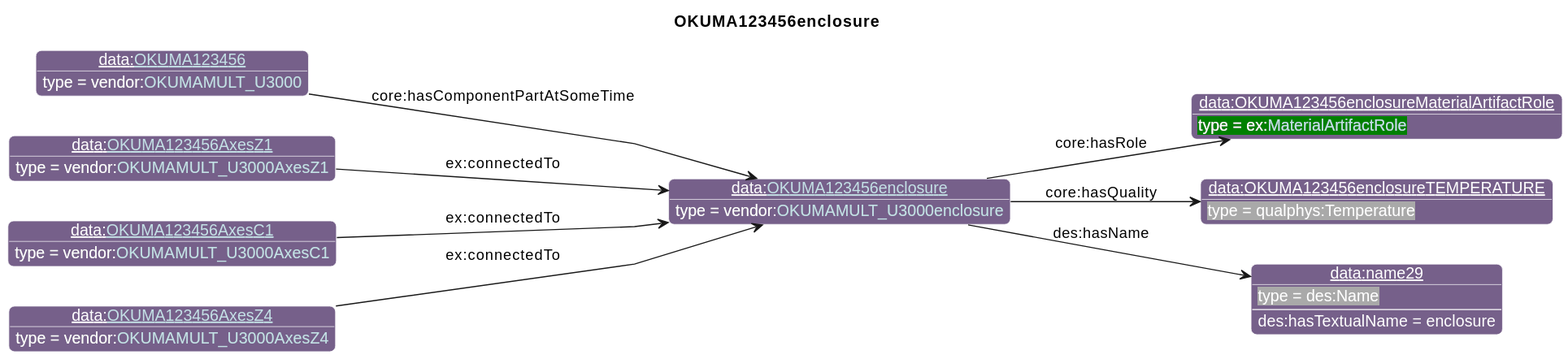
Before: diagrams/OKUMA123456enclosure.svg, a diagram exported from PlantUML (iofoundry/example-syseng-mtconnect).
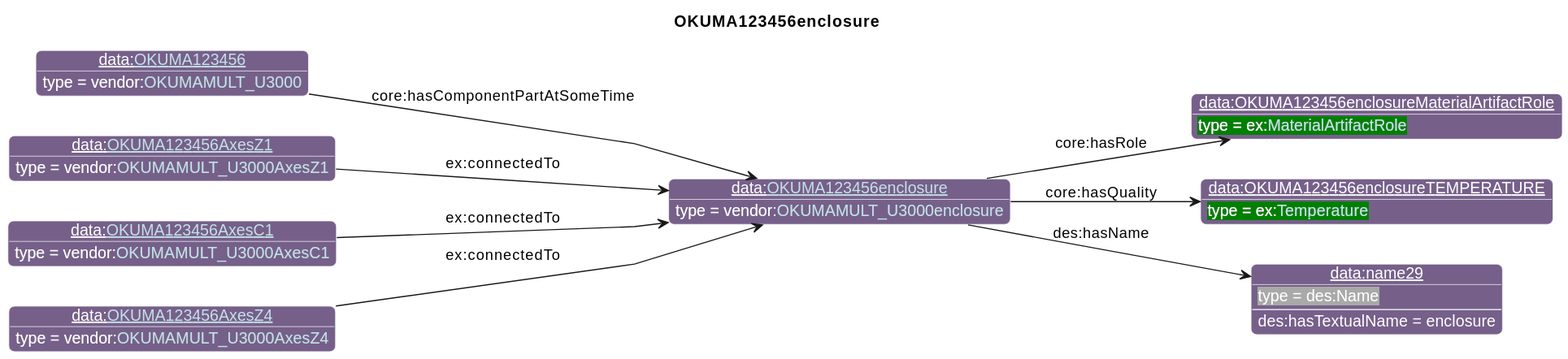
After the commit.

What changed in the source:
```diff
@@ -27,7 +27,7 @@
       }
 individual(o0, data:[[./OKUMA123456enclosure.html OKUMA123456enclosure]], vendor:[[../OKUMA.html#OKUMAMULT_U3000enclosure OKUMAMULT_U3000enclosure]])
 individual(o1, data:OKUMA123456enclosureMaterialArtifactRole, ex:[[../Example.html#MaterialArtifactRole MaterialArtifactRole]])
-individual(o2, data:OKUMA123456enclosureTEMPERATURE, qualphys:Temperature)
+individual(o2, data:OKUMA123456enclosureTEMPERATURE, ex:[[../Example.html#Temperature Temperature]])
 individual(o3, data:name29, des:Name)
 individual(o4, data:[[./OKUMA123456.html OKUMA123456]], vendor:[[../OKUMA.html#OKUMAMULT_U3000 OKUMAMULT_U3000]])
 individual(o5, data:[[./OKUMA123456AxesZ1.html OKUMA123456AxesZ1]], vendor:[[../OKUMA.html#OKUMAMULT_U3000AxesZ1 OKUMAMULT_U3000AxesZ1]])
```
